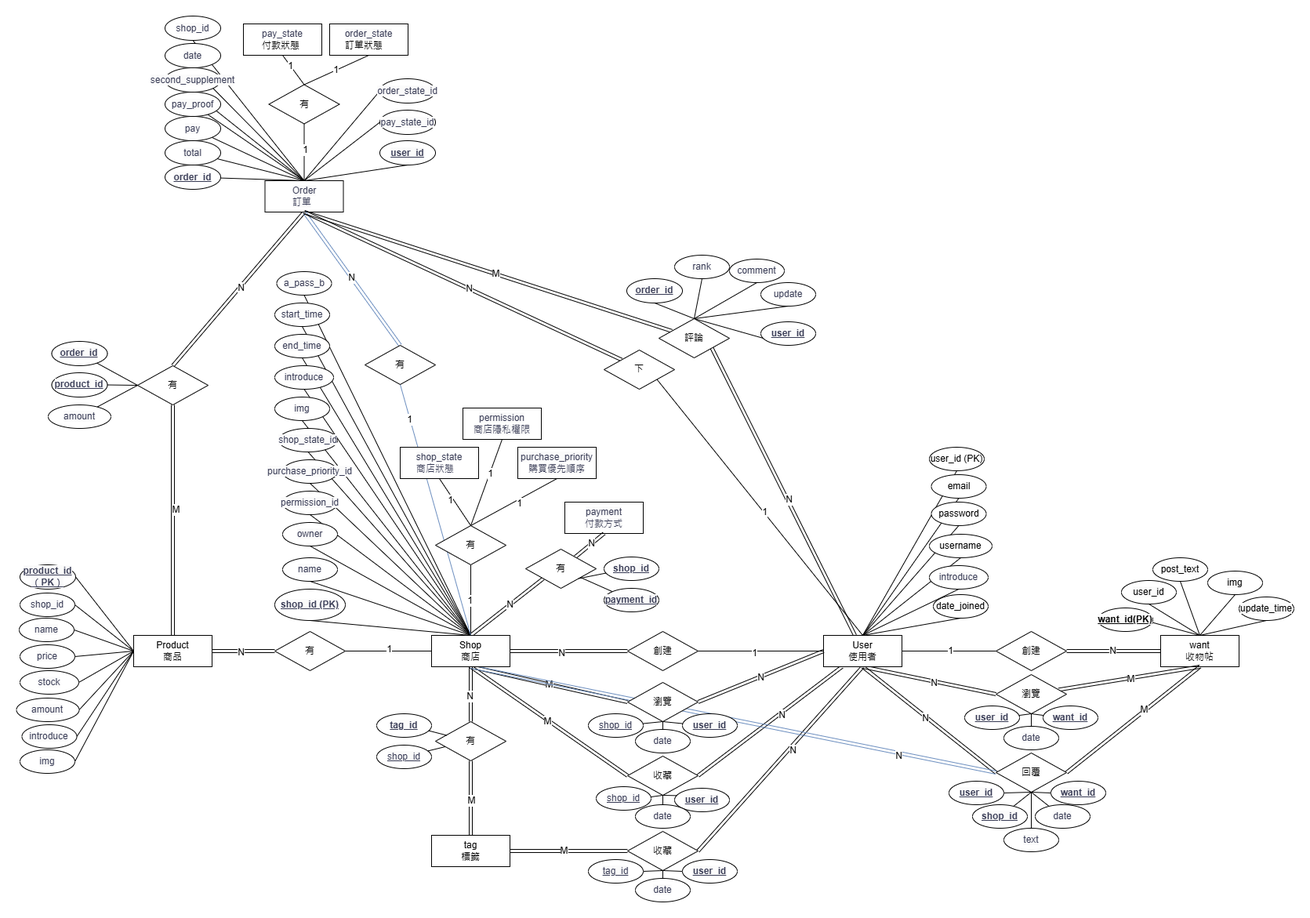
Earlier version of the draw.io export 文件/ERD.png (ntubimd-goodbye-114509/goodbye). Source tidied: cells renumbered, new cells last; positions are measured from the earlier drawing's top-left corner, leaving out a move shared by most shapes.
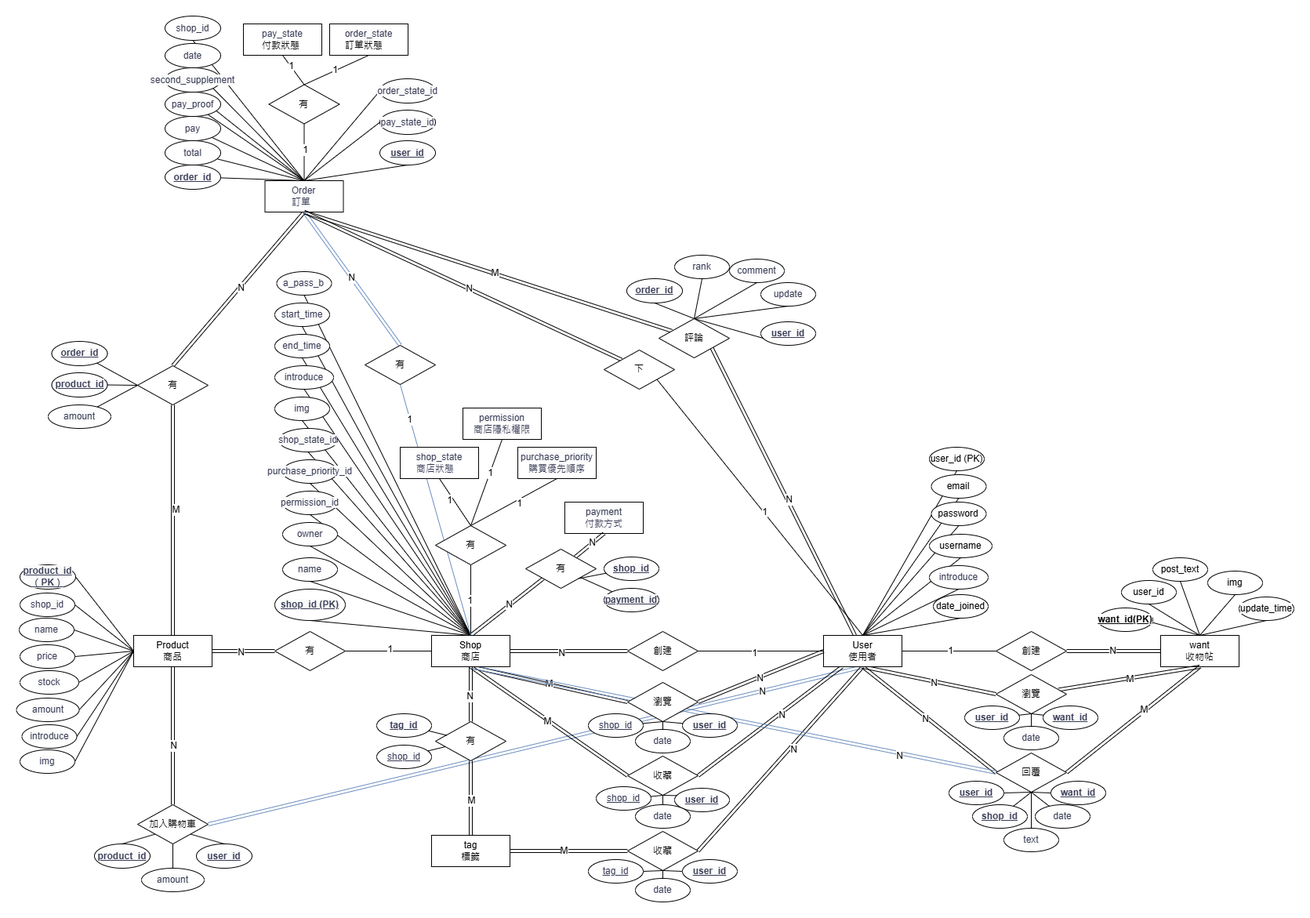
Later version of the same file.

Diff of the diagram source:
```diff
@@ -2,6 +2,14 @@
   <root>
     <mxCell id="0" />
     <mxCell id="1" parent="0" />
+    <mxCell id="242" style="edgeStyle=none;curved=1;rounded=0;jettySize=auto;html=1;entryX=0.5;entryY=1;entryDx=0;entryDy=0;fontSize=12;shape=link;fillColor=#dae8fc;strokeColor=#6c8ebf;exitX=1;exitY=0.5;exitDx=0;exitDy=0;" parent="1" edge="1" source="244" target="21">
+      <mxGeometry relative="1" as="geometry" />
+    </mxCell>
+    <mxCell id="243" value="N" style="edgeLabel;html=1;align=center;verticalAlign=middle;fontSize=12;" parent="242" vertex="1">
+      <mxGeometry x="0.63" y="-3" relative="1" as="geometry">
+        <mxPoint x="25" y="-9" as="offset" />
+      </mxGeometry>
+    </mxCell>
     <mxCell id="2" style="edgeStyle=none;curved=1;rounded=0;jettySize=auto;html=1;entryX=0.5;entryY=1;entryDx=0;entryDy=0;fontSize=12;startSize=8;endSize=8;endArrow=none;startFill=0;exitX=0.5;exitY=0;exitDx=0;exitDy=0;" parent="1" edge="1" source="21" target="22">
       <mxGeometry relative="1" as="geometry" />
     </mxCell>
@@ -740,5 +748,34 @@
     <mxCell id="241" style="edgeStyle=none;curved=1;rounded=0;jettySize=auto;html=1;exitX=0.5;exitY=0;exitDx=0;exitDy=0;entryX=0.5;entryY=1;entryDx=0;entryDy=0;fontSize=12;startSize=8;endSize=8;endArrow=none;startFill=0;" parent="1" edge="1" source="235" target="238">
       <mxGeometry relative="1" as="geometry" />
     </mxCell>
+    <mxCell id="244" value="加入購物車" style="rhombus;whiteSpace=wrap;html=1;rounded=0;" parent="1" vertex="1">
+      <mxGeometry x="155" y="1006" width="90" height="50" as="geometry" />
+    </mxCell>
+    <mxCell id="245" style="edgeStyle=none;curved=1;rounded=0;jettySize=auto;html=1;entryX=0.5;entryY=1;entryDx=0;entryDy=0;fontSize=12;endArrow=none;endFill=1;startFill=0;exitX=0.5;exitY=0;exitDx=0;exitDy=0;shape=link;" parent="1" edge="1" source="244" target="90">
+      <mxGeometry relative="1" as="geometry" />
+    </mxCell>
+    <mxCell id="246" value="N" style="edgeLabel;html=1;align=center;verticalAlign=middle;fontSize=12;rounded=0;" parent="245" vertex="1">
+      <mxGeometry x="-0.26" y="2" relative="1" as="geometry">
+        <mxPoint x="2" y="-10" as="offset" />
+      </mxGeometry>
+    </mxCell>
+    <mxCell id="247" value="&lt;span style=&quot;color: rgb(57, 60, 86); font-weight: 700; text-align: left; background-color: rgb(251, 251, 251); text-decoration-line: underline;&quot;&gt;product_id&lt;/span&gt;" style="ellipse;whiteSpace=wrap;html=1;align=center;rounded=0;gradientColor=none;" parent="1" vertex="1">
+      <mxGeometry x="100" y="1056" width="71" height="31" as="geometry" />
+    </mxCell>
+    <mxCell id="248" value="&lt;span style=&quot;color: rgb(57, 60, 86); font-family: Helvetica; font-size: 12px; font-style: normal; font-variant-ligatures: normal; font-variant-caps: normal; font-weight: 400; letter-spacing: normal; orphans: 2; text-align: left; text-indent: 0px; text-transform: none; widows: 2; word-spacing: 0px; -webkit-text-stroke-width: 0px; white-space: normal; background-color: rgb(251, 251, 251); text-decoration-thickness: initial; text-decoration-style: initial; text-decoration-color: initial; float: none; display: inline !important;&quot;&gt;amount&lt;/span&gt;" style="ellipse;whiteSpace=wrap;html=1;align=center;rounded=0;" parent="1" vertex="1">
+      <mxGeometry x="160" y="1087" width="80" height="30" as="geometry" />
+    </mxCell>
+    <mxCell id="249" value="&lt;span style=&quot;color: rgb(57, 60, 86); font-weight: 700; text-align: left; background-color: rgb(251, 251, 251); text-decoration-line: underline;&quot;&gt;user_id&lt;/span&gt;" style="ellipse;whiteSpace=wrap;html=1;align=center;rounded=0;gradientColor=none;" parent="1" vertex="1">
+      <mxGeometry x="230" y="1056" width="71" height="31" as="geometry" />
+    </mxCell>
+    <mxCell id="250" style="endArrow=none;html=1;rounded=0;entryX=0.5;entryY=0;entryDx=0;entryDy=0;exitX=0.5;exitY=1;exitDx=0;exitDy=0;" parent="1" edge="1" source="244" target="248">
+      <mxGeometry relative="1" as="geometry" />
+    </mxCell>
+    <mxCell id="251" style="endArrow=none;html=1;rounded=0;entryX=0.5;entryY=0;entryDx=0;entryDy=0;exitX=0;exitY=1;exitDx=0;exitDy=0;" parent="1" edge="1" source="244" target="247">
+      <mxGeometry relative="1" as="geometry" />
+    </mxCell>
+    <mxCell id="252" style="endArrow=none;html=1;rounded=0;entryX=0.5;entryY=0;entryDx=0;entryDy=0;exitX=1;exitY=1;exitDx=0;exitDy=0;" parent="1" edge="1" source="244" target="249">
+      <mxGeometry relative="1" as="geometry" />
+    </mxCell>
   </root>
 </mxGraphModel>
```
